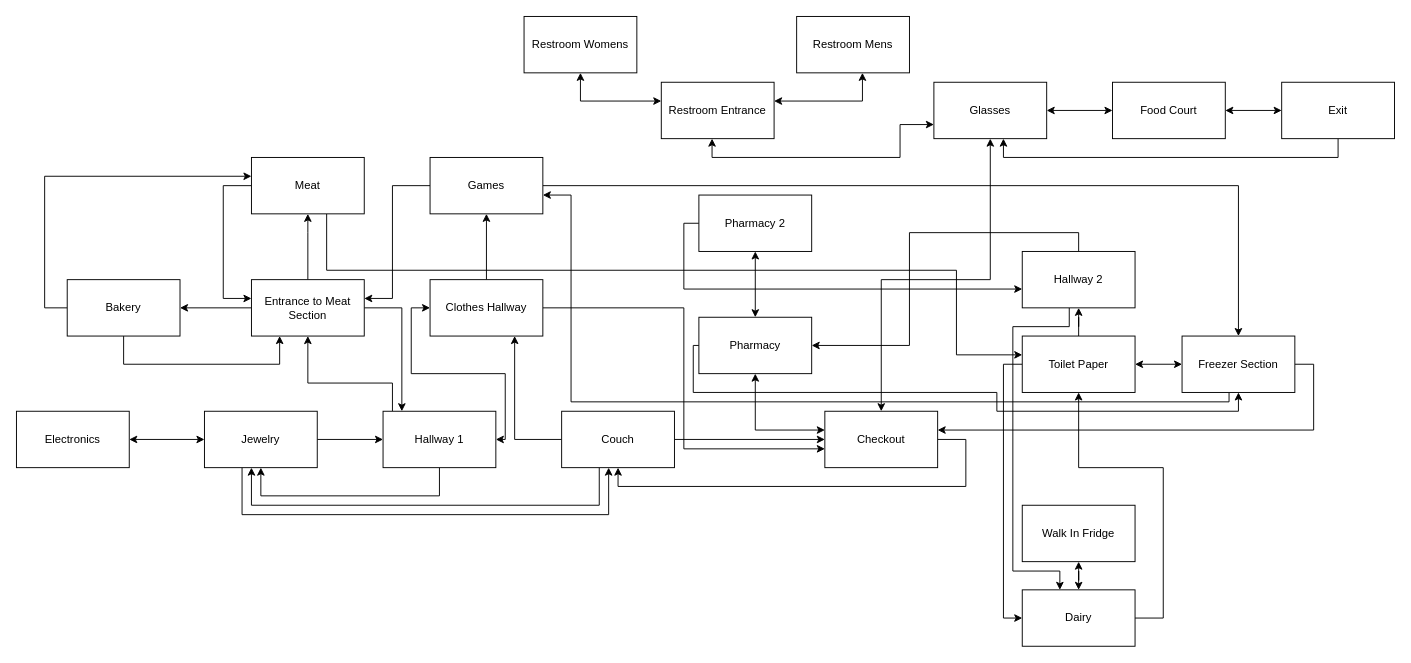
Before: Trapped in Costco/Source/Movement Graph.drawio in BagelMaster5000/Trapped-In-Costco, a draw.io diagram. Source tidied: cells renumbered, new cells numbered last; positions are measured from the earlier drawing's top-left corner, leaving out a move shared by most shapes. Both pictures are drawn from the tidied source at 94%, with x=0, y=0 at pixel (16, 16).
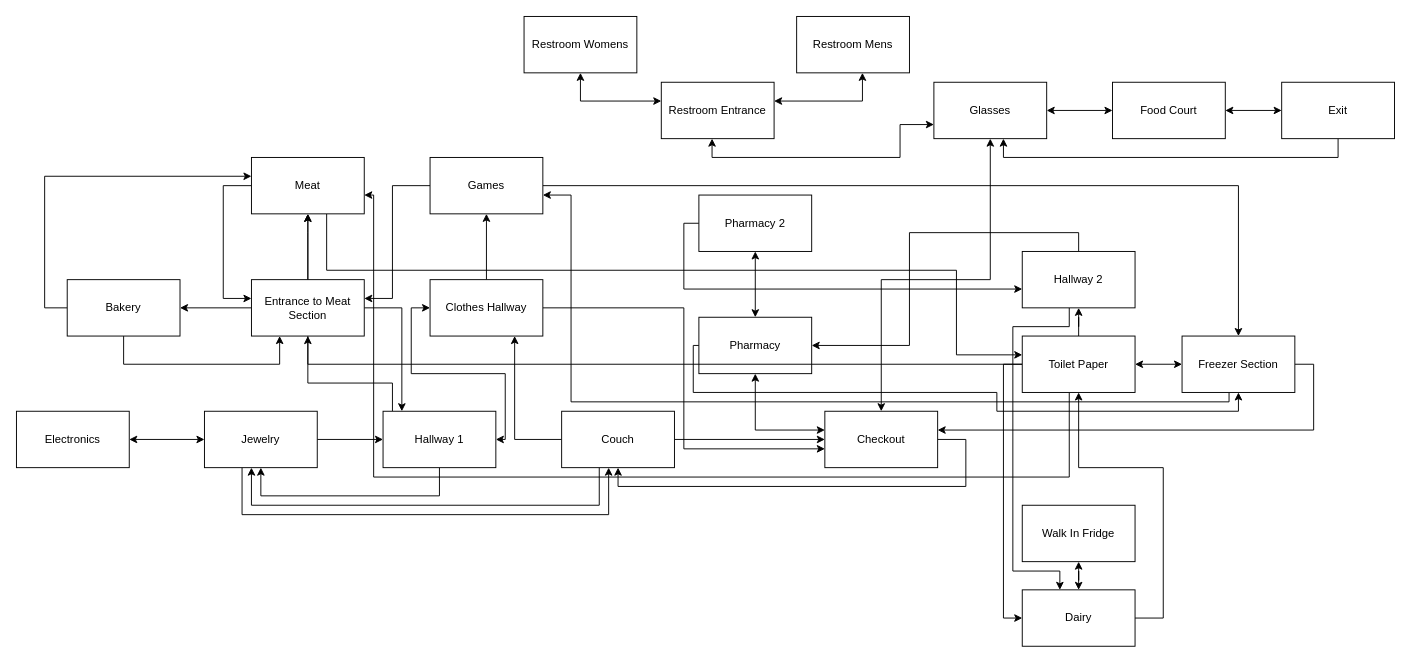
The same page after the edit.

Unchanged cells that the change refers to:
```xml
<mxCell id="46" value="Toilet Paper" style="rounded=0;whiteSpace=wrap;html=1;" parent="1" vertex="1">
  <mxGeometry x="1070" y="340" width="120" height="60" as="geometry" />
</mxCell>
<mxCell id="62" value="Meat" style="rounded=0;whiteSpace=wrap;html=1;" parent="1" vertex="1">
  <mxGeometry x="250" y="150" width="120" height="60" as="geometry" />
</mxCell>
```

What changed in the source:
```diff
@@
+    <mxCell id="66" style="edgeStyle=orthogonalEdgeStyle;rounded=0;jettySize=auto;html=1;" parent="1" edge="1" source="46" target="62">
+      <mxGeometry relative="1" as="geometry" />
+    </mxCell>
+    <mxCell id="67" style="edgeStyle=orthogonalEdgeStyle;rounded=0;jettySize=auto;html=1;" parent="1" edge="1" source="46" target="62">
+      <mxGeometry relative="1" as="geometry">
+        <Array as="points">
+          <mxPoint x="1120" y="490" />
+          <mxPoint x="380" y="490" />
+          <mxPoint x="380" y="190" />
+        </Array>
+      </mxGeometry>
+    </mxCell>
```
